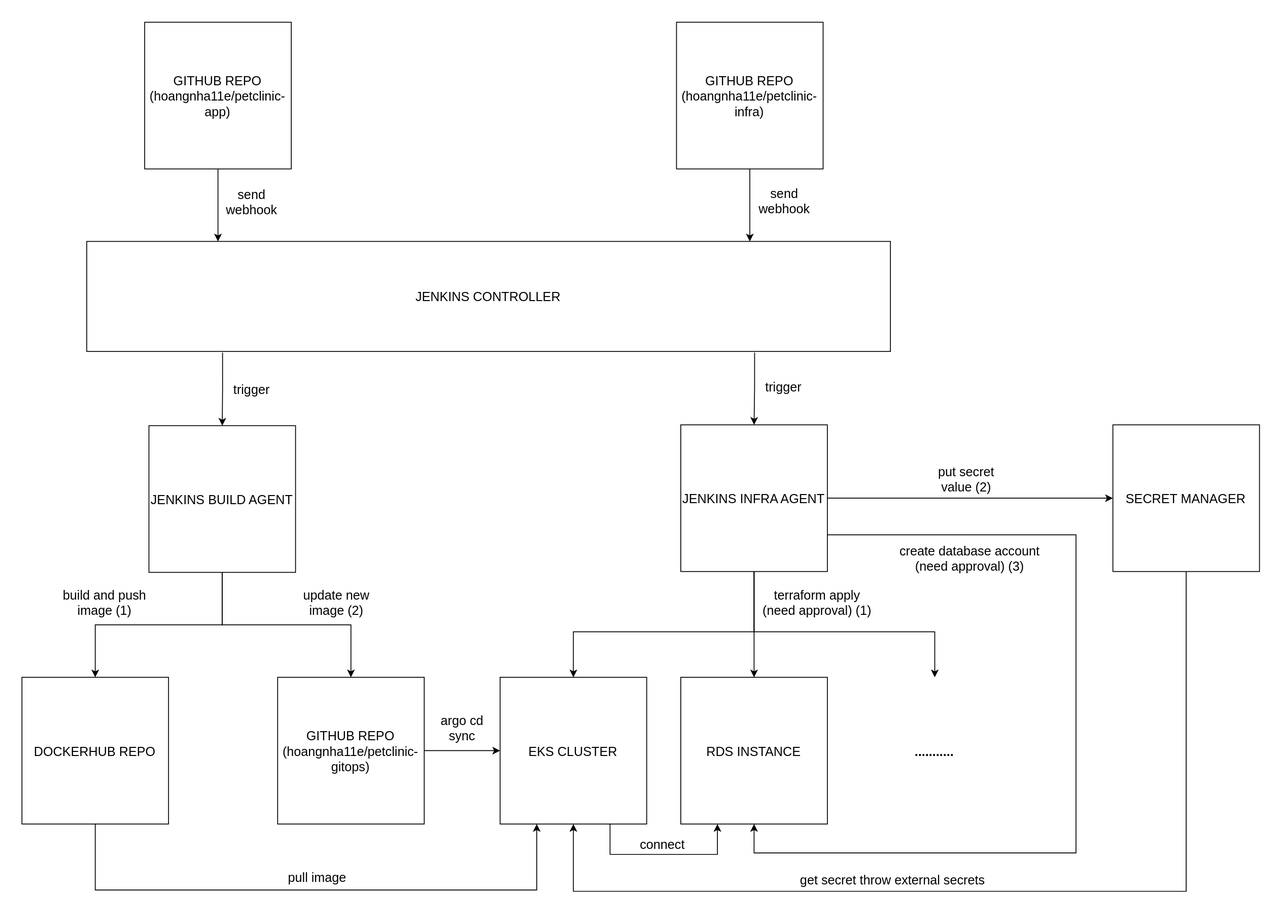
Before: assets/Pipeline Flow.svg, a diagram exported from draw.io (hoangnha11e/petclinic-app). Source tidied: cells renumbered, new cells last; positions are measured from the earlier drawing's top-left corner, leaving out a move shared by most shapes.
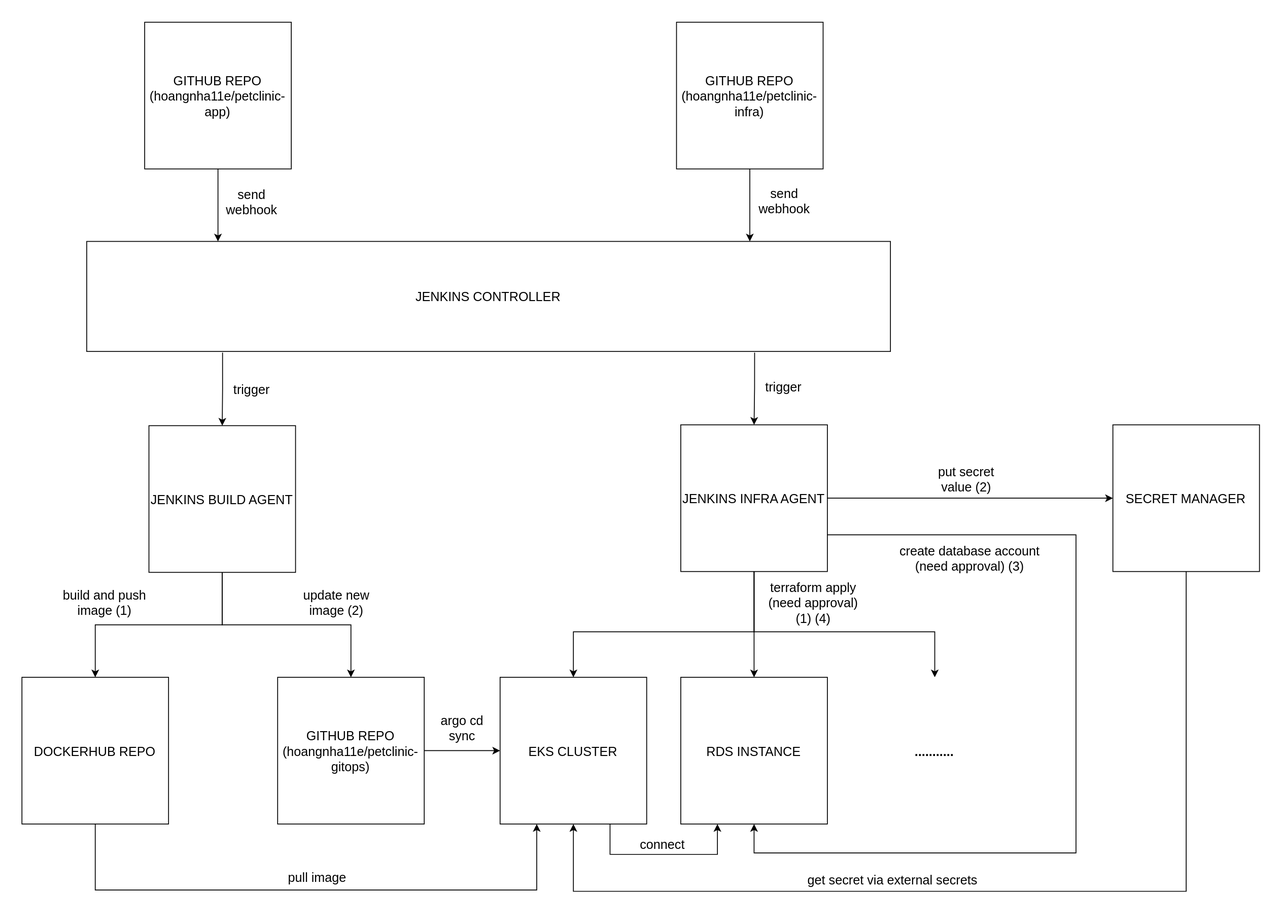
After the commit.

Diff of the diagram source:
```diff
@@ -116,8 +116,8 @@
     <mxCell id="27" value="&lt;font style=&quot;font-size: 15px;&quot;&gt;argo cd&lt;/font&gt;&lt;div&gt;&lt;font style=&quot;font-size: 15px;&quot;&gt;sync&lt;/font&gt;&lt;/div&gt;" style="text;html=1;whiteSpace=wrap;strokeColor=none;fillColor=none;align=center;verticalAlign=middle;rounded=0;" parent="1" vertex="1">
       <mxGeometry x="487" y="812" width="60" height="30" as="geometry" />
     </mxCell>
-    <mxCell id="28" value="&lt;font style=&quot;font-size: 15px;&quot;&gt;terraform apply (need approval) (1)&lt;/font&gt;" style="text;html=1;whiteSpace=wrap;strokeColor=none;fillColor=none;align=center;verticalAlign=middle;rounded=0;" parent="1" vertex="1">
-      <mxGeometry x="867" y="665" width="133" height="30" as="geometry" />
+    <mxCell id="28" value="&lt;font style=&quot;font-size: 15px;&quot;&gt;terraform apply (need approval) (1) (4)&lt;/font&gt;" style="text;html=1;whiteSpace=wrap;strokeColor=none;fillColor=none;align=center;verticalAlign=middle;rounded=0;" parent="1" vertex="1">
+      <mxGeometry x="867" y="665" width="124" height="30" as="geometry" />
     </mxCell>
     <mxCell id="29" value="&lt;font style=&quot;font-size: 15px;&quot;&gt;JENKINS CONTROLLER&lt;/font&gt;" style="rounded=0;whiteSpace=wrap;html=1;" parent="1" vertex="1">
       <mxGeometry x="76" y="257" width="943" height="129" as="geometry" />
@@ -154,7 +154,7 @@
     <mxCell id="38" value="&lt;font style=&quot;font-size: 15px;&quot;&gt;create database account&lt;/font&gt;&lt;div&gt;&lt;font style=&quot;font-size: 15px;&quot;&gt;(need approval) (3)&lt;/font&gt;&lt;/div&gt;" style="text;html=1;whiteSpace=wrap;strokeColor=none;fillColor=none;align=center;verticalAlign=middle;rounded=0;" parent="1" vertex="1">
       <mxGeometry x="1019" y="613" width="187" height="30" as="geometry" />
     </mxCell>
-    <mxCell id="39" value="&lt;font style=&quot;font-size: 15px;&quot;&gt;get secret throw external secrets&lt;/font&gt;" style="text;html=1;whiteSpace=wrap;strokeColor=none;fillColor=none;align=center;verticalAlign=middle;rounded=0;" parent="1" vertex="1">
+    <mxCell id="39" value="&lt;font style=&quot;font-size: 15px;&quot;&gt;get secret via external secrets&lt;/font&gt;" style="text;html=1;whiteSpace=wrap;strokeColor=none;fillColor=none;align=center;verticalAlign=middle;rounded=0;" parent="1" vertex="1">
       <mxGeometry x="902" y="990" width="240" height="30" as="geometry" />
     </mxCell>
     <mxCell id="40" value="&lt;font style=&quot;font-size: 15px;&quot;&gt;connect&lt;/font&gt;" style="text;html=1;whiteSpace=wrap;strokeColor=none;fillColor=none;align=center;verticalAlign=middle;rounded=0;" parent="1" vertex="1">
```
